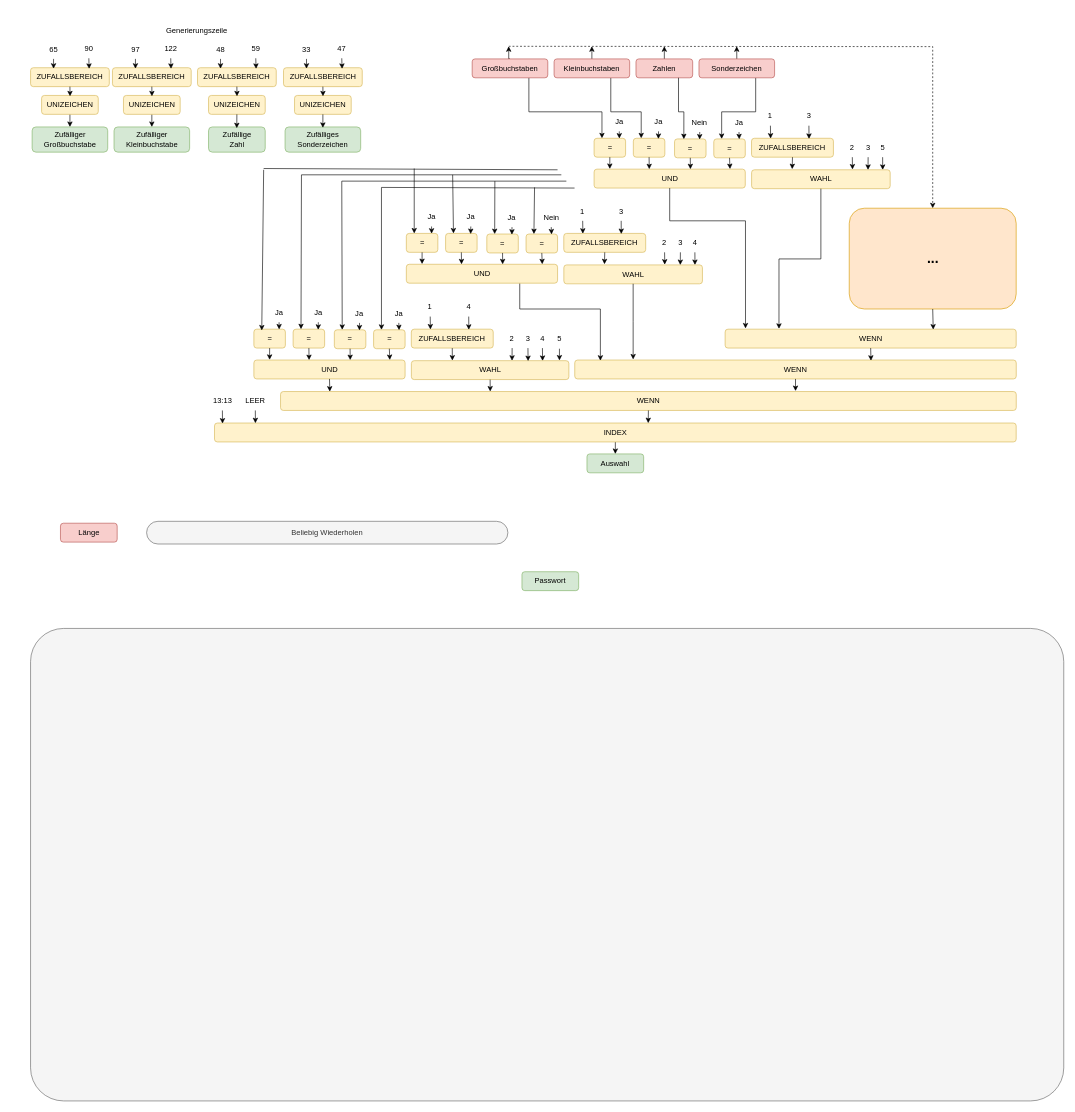
Before: Passwort Generator.drawio in Nikogenia/Draw, a draw.io diagram. Source tidied: cells renumbered, new cells numbered last; positions are measured from the earlier drawing's top-left corner, leaving out a move shared by most shapes. Both pictures are drawn from the tidied source at 63%, with x=0, y=0 at pixel (30, 21).
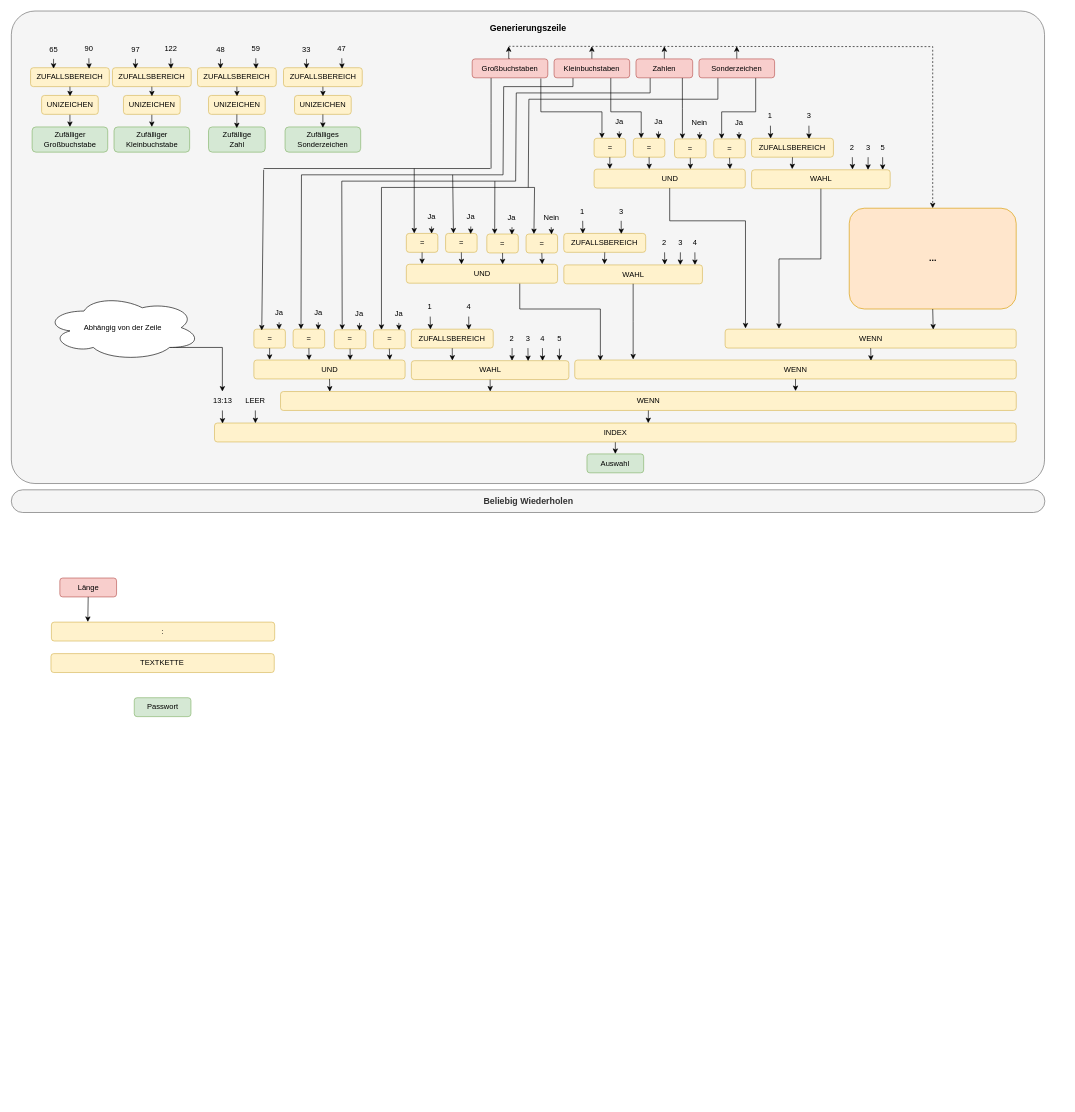
The same diagram, later.

The change refers to these unchanged cells:
```xml
<mxCell id="11" value="Großbuchstaben" style="rounded=1;whiteSpace=wrap;html=1;fillColor=#f8cecc;strokeColor=#b85450;" parent="1" vertex="1">
  <mxGeometry x="701" y="60" width="120" height="30" as="geometry" />
</mxCell>
<mxCell id="14" value="Kleinbuchstaben" style="rounded=1;whiteSpace=wrap;html=1;fillColor=#f8cecc;strokeColor=#b85450;" parent="1" vertex="1">
  <mxGeometry x="831" y="60" width="120" height="30" as="geometry" />
</mxCell>
<mxCell id="16" value="Zahlen" style="rounded=1;whiteSpace=wrap;html=1;fillColor=#f8cecc;strokeColor=#b85450;" parent="1" vertex="1">
  <mxGeometry x="961" y="60" width="90" height="30" as="geometry" />
</mxCell>
<mxCell id="19" value="Sonderzeichen" style="rounded=1;whiteSpace=wrap;html=1;fillColor=#f8cecc;strokeColor=#b85450;" parent="1" vertex="1">
  <mxGeometry x="1061" y="60" width="120" height="30" as="geometry" />
</mxCell>
<mxCell id="60" value="13:13" style="text;html=1;strokeColor=none;fillColor=none;align=center;verticalAlign=middle;whiteSpace=wrap;rounded=0;" parent="1" vertex="1">
  <mxGeometry x="274.5" y="588" width="60" height="30" as="geometry" />
</mxCell>
<mxCell id="133" value="=" style="rounded=1;whiteSpace=wrap;html=1;fillColor=#fff2cc;strokeColor=#d6b656;" parent="1" vertex="1">
  <mxGeometry x="894.5" y="186" width="50" height="30" as="geometry" />
</mxCell>
<mxCell id="137" value="=" style="rounded=1;whiteSpace=wrap;html=1;fillColor=#fff2cc;strokeColor=#d6b656;" parent="1" vertex="1">
  <mxGeometry x="1022.2" y="187" width="50" height="30" as="geometry" />
</mxCell>
```

Change to the diagram source:
```diff
@@
-    <mxCell id="2" style="rounded=1;whiteSpace=wrap;html=1;arcSize=7;fillColor=#f5f5f5;strokeColor=#666666;fontColor=#333333;" parent="1" vertex="1">
-      <mxGeometry y="964" width="1640" height="750" as="geometry" />
+    <mxCell id="2" style="rounded=1;whiteSpace=wrap;html=1;arcSize=5;fillColor=#f5f5f5;strokeColor=#666666;fontColor=#333333;" parent="1" vertex="1">
+      <mxGeometry x="-30.5" y="-16" width="1640" height="750" as="geometry" />
     </mxCell>
@@
     <mxCell id="7" value="Länge" style="rounded=1;whiteSpace=wrap;html=1;fillColor=#f8cecc;strokeColor=#b85450;" parent="1" vertex="1">
-      <mxGeometry x="47.5" y="797" width="90" height="30" as="geometry" />
+      <mxGeometry x="46.5" y="884" width="90" height="30" as="geometry" />
     </mxCell>
@@
-    <mxCell id="10" style="edgeStyle=orthogonalEdgeStyle;rounded=0;jettySize=auto;html=1;exitX=0.75;exitY=1;exitDx=0;exitDy=0;entryX=0.25;entryY=0;entryDx=0;entryDy=0;" parent="1" edge="1" source="11" target="133">
+    <mxCell id="10" style="edgeStyle=orthogonalEdgeStyle;rounded=0;jettySize=auto;html=1;entryX=0.25;entryY=0;entryDx=0;entryDy=0;" parent="1" edge="1" target="133">
       <mxGeometry relative="1" as="geometry">
+        <mxPoint x="810" y="91" as="sourcePoint" />
         <Array as="points">
-          <mxPoint x="791" y="144" />
+          <mxPoint x="810" y="91" />
+          <mxPoint x="810" y="144" />
           <mxPoint x="907" y="144" />
         </Array>
       </mxGeometry>
     </mxCell>
+    <mxCell id="181" style="edgeStyle=orthogonalEdgeStyle;rounded=0;jettySize=auto;html=1;exitX=0.25;exitY=1;exitDx=0;exitDy=0;endArrow=none;endFill=0;" parent="1" edge="1" source="11">
+      <mxGeometry relative="1" as="geometry">
+        <mxPoint x="731" y="234" as="targetPoint" />
+      </mxGeometry>
+    </mxCell>
@@
+    <mxCell id="182" style="edgeStyle=orthogonalEdgeStyle;rounded=0;jettySize=auto;html=1;exitX=0.25;exitY=1;exitDx=0;exitDy=0;strokeColor=default;endArrow=none;endFill=0;" parent="1" edge="1" source="14">
+      <mxGeometry relative="1" as="geometry">
+        <mxPoint x="750" y="244" as="targetPoint" />
+        <Array as="points">
+          <mxPoint x="861" y="104" />
+          <mxPoint x="751" y="104" />
+          <mxPoint x="751" y="244" />
+        </Array>
+      </mxGeometry>
+    </mxCell>
@@
+    <mxCell id="183" style="edgeStyle=orthogonalEdgeStyle;rounded=0;jettySize=auto;html=1;exitX=0.25;exitY=1;exitDx=0;exitDy=0;endArrow=none;endFill=0;" parent="1" edge="1" source="16">
+      <mxGeometry relative="1" as="geometry">
+        <mxPoint x="770" y="254" as="targetPoint" />
+        <Array as="points">
+          <mxPoint x="984" y="114" />
+          <mxPoint x="771" y="114" />
+          <mxPoint x="771" y="254" />
+        </Array>
+      </mxGeometry>
+    </mxCell>
@@
+    <mxCell id="184" style="edgeStyle=orthogonalEdgeStyle;rounded=0;jettySize=auto;html=1;exitX=0.25;exitY=1;exitDx=0;exitDy=0;endArrow=none;endFill=0;" parent="1" edge="1" source="19">
+      <mxGeometry relative="1" as="geometry">
+        <mxPoint x="790" y="264" as="targetPoint" />
+        <Array as="points">
+          <mxPoint x="1091" y="124" />
+          <mxPoint x="791" y="124" />
+          <mxPoint x="791" y="264" />
+        </Array>
+      </mxGeometry>
+    </mxCell>
@@
     <mxCell id="20" value="Passwort" style="rounded=1;whiteSpace=wrap;html=1;fillColor=#d5e8d4;strokeColor=#82b366;" parent="1" vertex="1">
-      <mxGeometry x="780" y="874" width="90" height="30" as="geometry" />
+      <mxGeometry x="164.6" y="1074" width="90" height="30" as="geometry" />
     </mxCell>
@@
-    <mxCell id="157" value="&lt;font style=&quot;font-size: 22px;&quot;&gt;&lt;b&gt;...&lt;/b&gt;&lt;/font&gt;" style="rounded=1;whiteSpace=wrap;html=1;fillColor=#ffe6cc;strokeColor=#d79b00;" parent="1" vertex="1">
+    <mxCell id="157" value="&lt;font size=&quot;1&quot; style=&quot;&quot;&gt;&lt;b style=&quot;font-size: 14px;&quot;&gt;...&lt;/b&gt;&lt;/font&gt;" style="rounded=1;whiteSpace=wrap;html=1;fillColor=#ffe6cc;strokeColor=#d79b00;" parent="1" vertex="1">
       <mxGeometry x="1299.5" y="297" width="265" height="160" as="geometry" />
     </mxCell>
@@
-    <mxCell id="166" value="Beliebig Wiederholen" style="rounded=1;whiteSpace=wrap;html=1;arcSize=50;fillColor=#f5f5f5;strokeColor=#666666;fontColor=#333333;" parent="1" vertex="1">
-      <mxGeometry x="184.2" y="794" width="573.5" height="36" as="geometry" />
+    <mxCell id="166" value="&lt;b&gt;&lt;font style=&quot;font-size: 14px;&quot;&gt;Beliebig Wiederholen&lt;/font&gt;&lt;/b&gt;" style="rounded=1;whiteSpace=wrap;html=1;arcSize=50;fillColor=#f5f5f5;strokeColor=#666666;fontColor=#333333;" parent="1" vertex="1">
+      <mxGeometry x="-30.5" y="744" width="1640.5" height="36" as="geometry" />
     </mxCell>
-    <mxCell id="167" value="Generierungszeile" style="text;html=1;strokeColor=none;fillColor=none;align=center;verticalAlign=middle;whiteSpace=wrap;rounded=0;" parent="1" vertex="1">
-      <mxGeometry x="234.2" width="60" height="30" as="geometry" />
+    <mxCell id="167" value="&lt;b&gt;&lt;font style=&quot;font-size: 14px;&quot;&gt;Generierungszeile&lt;/font&gt;&lt;/b&gt;" style="text;html=1;strokeColor=none;fillColor=none;align=center;verticalAlign=middle;whiteSpace=wrap;rounded=0;" parent="1" vertex="1">
+      <mxGeometry x="759.5" y="-4" width="60" height="30" as="geometry" />
     </mxCell>
     <mxCell id="168" style="endArrow=none;html=1;rounded=0;" parent="1" edge="1">
       <mxGeometry relative="1" as="geometry">
         <mxPoint x="370" y="234" as="sourcePoint" />
-        <mxPoint x="836.5" y="236" as="targetPoint" />
+        <mxPoint x="730" y="234" as="targetPoint" />
       </mxGeometry>
     </mxCell>
-    <mxCell id="169" style="edgeStyle=orthogonalEdgeStyle;rounded=0;jettySize=auto;html=1;exitX=0.75;exitY=1;exitDx=0;exitDy=0;entryX=0.295;entryY=0.011;entryDx=0;entryDy=0;entryPerimeter=0;" parent="1" edge="1" source="16" target="137">
-      <mxGeometry relative="1" as="geometry">
-        <Array as="points">
-          <mxPoint x="1028" y="144" />
-          <mxPoint x="1037" y="144" />
-        </Array>
-      </mxGeometry>
-    </mxCell>
     <mxCell id="170" style="endArrow=none;html=1;rounded=0;" parent="1" edge="1">
       <mxGeometry relative="1" as="geometry">
         <mxPoint x="430" y="244" as="sourcePoint" />
-        <mxPoint x="842.5" y="244" as="targetPoint" />
+        <mxPoint x="750" y="244" as="targetPoint" />
       </mxGeometry>
     </mxCell>
     <mxCell id="171" style="endArrow=none;html=1;rounded=0;" parent="1" edge="1">
       <mxGeometry relative="1" as="geometry">
         <mxPoint x="494" y="254" as="sourcePoint" />
-        <mxPoint x="850.5" y="254" as="targetPoint" />
+        <mxPoint x="770" y="254" as="targetPoint" />
       </mxGeometry>
     </mxCell>
     <mxCell id="172" style="endArrow=none;html=1;rounded=0;" parent="1" edge="1">
       <mxGeometry relative="1" as="geometry">
         <mxPoint x="557" y="264" as="sourcePoint" />
-        <mxPoint x="863.5" y="265" as="targetPoint" />
+        <mxPoint x="800" y="264" as="targetPoint" />
       </mxGeometry>
     </mxCell>
@@
+    <mxCell id="185" style="edgeStyle=orthogonalEdgeStyle;rounded=0;jettySize=auto;html=1;exitX=0.25;exitY=0;exitDx=0;exitDy=0;entryX=0.818;entryY=1.009;entryDx=0;entryDy=0;entryPerimeter=0;startArrow=classic;startFill=1;endArrow=none;endFill=0;" parent="1" edge="1" source="137" target="16">
+      <mxGeometry relative="1" as="geometry" />
+    </mxCell>
+    <mxCell id="186" style="edgeStyle=orthogonalEdgeStyle;rounded=0;jettySize=auto;html=1;exitX=0.8;exitY=0.8;exitDx=0;exitDy=0;exitPerimeter=0;entryX=0.5;entryY=0;entryDx=0;entryDy=0;" parent="1" edge="1" source="187" target="60">
+      <mxGeometry relative="1" as="geometry" />
+    </mxCell>
+    <mxCell id="187" value="Abhängig von der Zeile" style="ellipse;shape=cloud;whiteSpace=wrap;html=1;" parent="1" vertex="1">
+      <mxGeometry x="23" y="434" width="247" height="105" as="geometry" />
+    </mxCell>
+    <mxCell id="188" value="TEXTKETTE" style="rounded=1;whiteSpace=wrap;html=1;fillColor=#fff2cc;strokeColor=#d6b656;" parent="1" vertex="1">
+      <mxGeometry x="32.4" y="1004" width="354.4" height="30" as="geometry" />
+    </mxCell>
+    <mxCell id="189" value=":" style="rounded=1;whiteSpace=wrap;html=1;fillColor=#fff2cc;strokeColor=#d6b656;" parent="1" vertex="1">
+      <mxGeometry x="33.1" y="954" width="354.4" height="30" as="geometry" />
+    </mxCell>
+    <mxCell id="190" style="edgeStyle=orthogonalEdgeStyle;rounded=0;orthogonalLoop=1;jettySize=auto;html=1;exitX=0.5;exitY=1;exitDx=0;exitDy=0;" parent="1" edge="1" source="7" target="7">
+      <mxGeometry relative="1" as="geometry" />
+    </mxCell>
+    <mxCell id="191" style="edgeStyle=orthogonalEdgeStyle;rounded=0;jettySize=auto;html=1;exitX=0.5;exitY=1;exitDx=0;exitDy=0;entryX=0.163;entryY=-0.011;entryDx=0;entryDy=0;entryPerimeter=0;" parent="1" edge="1" source="7" target="189">
+      <mxGeometry relative="1" as="geometry" />
+    </mxCell>
```
